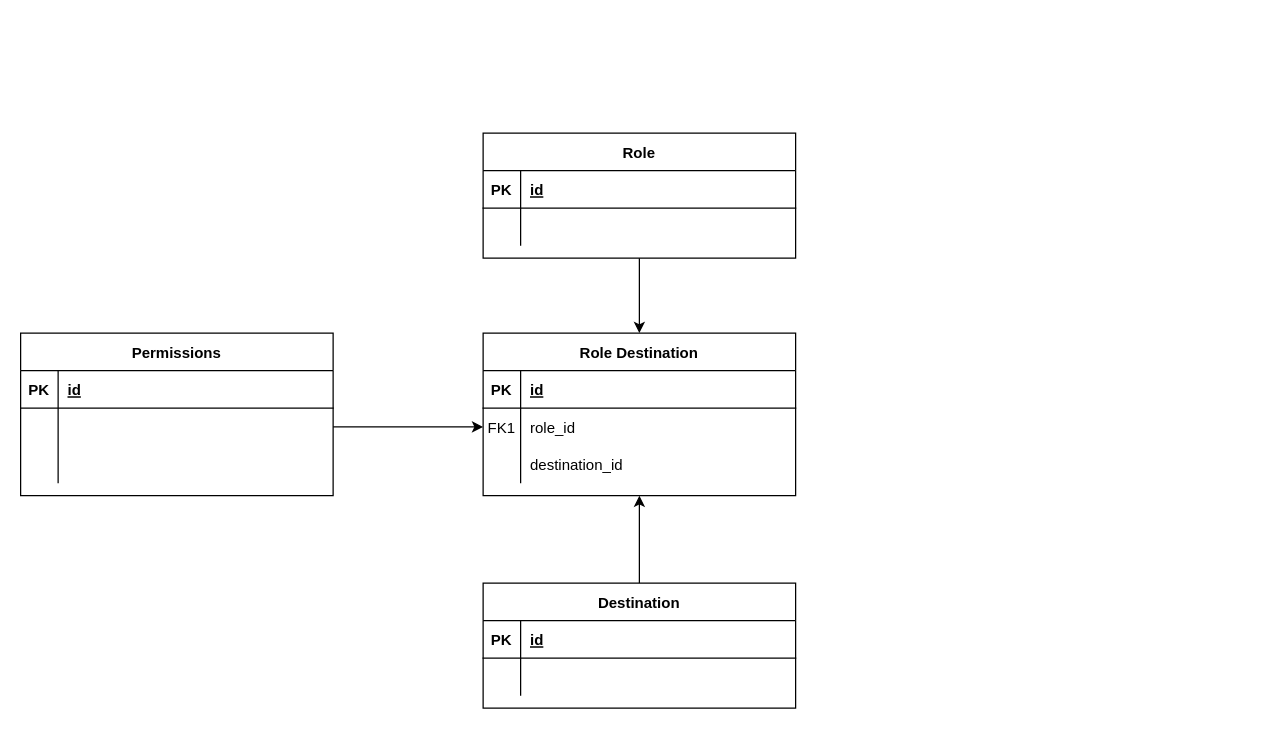
The draw.io diagram Untitled Diagram.drawio in chowkenneth/misc, before the edit. Source tidied: cells renumbered, new cells numbered last; positions are measured from the earlier drawing's top-left corner, leaving out a move shared by most shapes. Both pictures are drawn from the tidied source at 125%, with x=0, y=0 at pixel (20, 132).
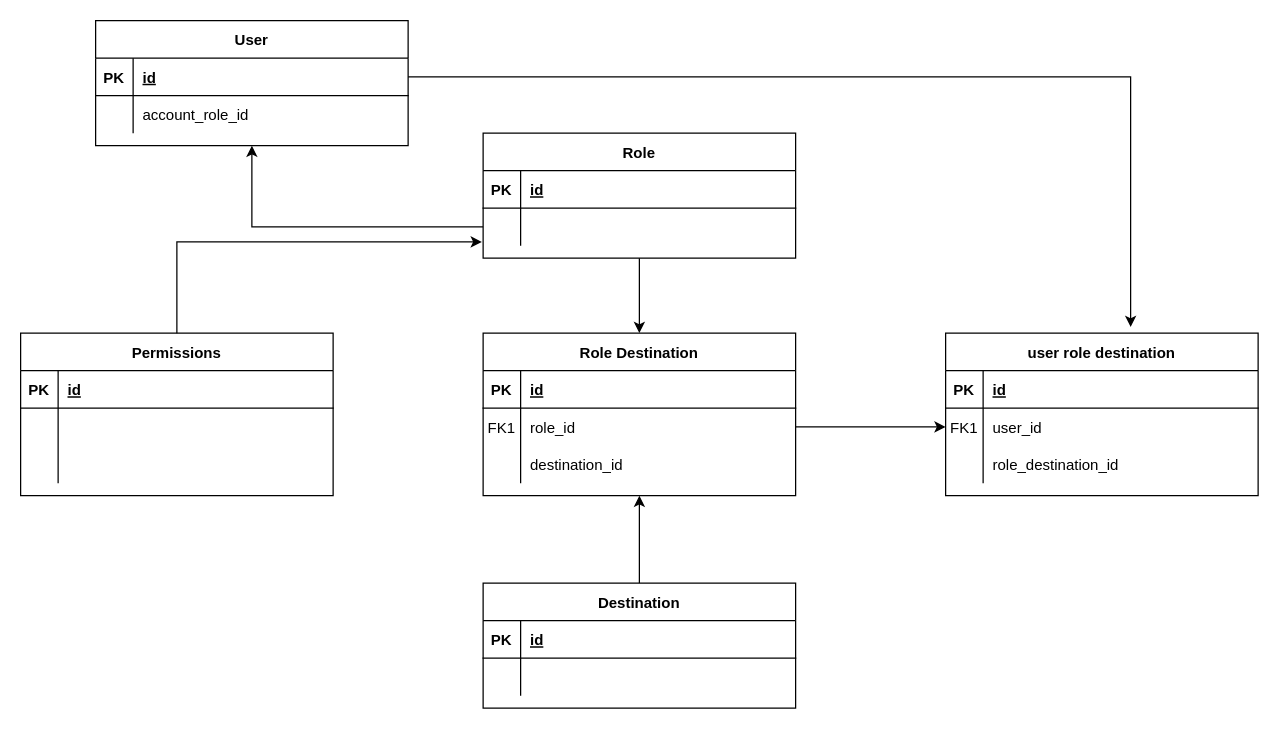
After the change.

The change refers to these unchanged cells:
```xml
<mxCell id="7" style="shape=partialRectangle;fillColor=none;points=[[0,0.5],[1,0.5]];portConstraint=eastwest;top=0;left=0;right=0;bottom=0;" parent="3" vertex="1">
  <mxGeometry y="60" width="250" height="30" as="geometry" />
</mxCell>
<mxCell id="22" style="shape=partialRectangle;fillColor=none;points=[[0,0.5],[1,0.5]];portConstraint=eastwest;top=0;left=0;right=0;bottom=0;" parent="18" vertex="1">
  <mxGeometry y="60" width="250" height="30" as="geometry" />
</mxCell>
<mxCell id="28" value="Permissions" style="shape=table;startSize=30;childLayout=tableLayout;rowLines=0;fontStyle=1;align=center;" parent="1" vertex="1">
  <mxGeometry y="160" width="250" height="130" as="geometry" />
</mxCell>
<mxCell id="32" style="shape=partialRectangle;fillColor=none;points=[[0,0.5],[1,0.5]];portConstraint=eastwest;top=0;left=0;right=0;bottom=0;" parent="28" vertex="1">
  <mxGeometry y="60" width="250" height="30" as="geometry" />
</mxCell>
```

Diff of the diagram source:
```diff
@@
-    <mxCell id="38" style="edgeStyle=orthogonalEdgeStyle;rounded=0;jettySize=auto;html=1;entryX=0;entryY=0.5;entryDx=0;entryDy=0;" parent="1" edge="1" source="32" target="22">
-      <mxGeometry relative="1" as="geometry" />
-    </mxCell>
+    <mxCell id="39" value="User" style="shape=table;startSize=30;childLayout=tableLayout;rowLines=0;fontStyle=1;align=center;" parent="1" vertex="1">
+      <mxGeometry x="60" y="-90" width="250" height="100" as="geometry" />
+    </mxCell>
+    <mxCell id="40" style="shape=partialRectangle;fillColor=none;points=[[0,0.5],[1,0.5]];portConstraint=eastwest;top=0;left=0;right=0;bottom=1;" parent="39" vertex="1">
+      <mxGeometry y="30" width="250" height="30" as="geometry" />
+    </mxCell>
+    <mxCell id="41" value="PK" style="shape=partialRectangle;overflow=hidden;fillColor=none;top=0;left=0;bottom=0;right=0;fontStyle=1;" parent="40" vertex="1">
+      <mxGeometry width="30" height="30" as="geometry" />
+    </mxCell>
+    <mxCell id="42" value="id" style="shape=partialRectangle;overflow=hidden;fillColor=none;top=0;left=0;bottom=0;right=0;align=left;spacingLeft=6;fontStyle=5;" parent="40" vertex="1">
+      <mxGeometry x="30" width="220" height="30" as="geometry" />
+    </mxCell>
+    <mxCell id="43" style="shape=partialRectangle;fillColor=none;top=0;left=0;right=0;bottom=0;" parent="39" vertex="1">
+      <mxGeometry y="60" width="250" height="30" as="geometry" />
+    </mxCell>
+    <mxCell id="44" style="shape=partialRectangle;overflow=hidden;fillColor=none;top=0;left=0;bottom=0;right=0;" parent="43" vertex="1">
+      <mxGeometry width="30" height="30" as="geometry" />
+    </mxCell>
+    <mxCell id="45" value="account_role_id" style="shape=partialRectangle;overflow=hidden;fillColor=none;top=0;left=0;bottom=0;right=0;align=left;spacingLeft=6;" parent="43" vertex="1">
+      <mxGeometry x="30" width="220" height="30" as="geometry" />
+    </mxCell>
+    <mxCell id="46" style="edgeStyle=orthogonalEdgeStyle;rounded=0;jettySize=auto;html=1;entryX=0.5;entryY=1;entryDx=0;entryDy=0;" parent="1" edge="1" source="7" target="39">
+      <mxGeometry relative="1" as="geometry" />
+    </mxCell>
+    <mxCell id="47" style="edgeStyle=orthogonalEdgeStyle;rounded=0;jettySize=auto;html=1;entryX=0.592;entryY=-0.038;entryDx=0;entryDy=0;entryPerimeter=0;" parent="1" edge="1" source="40" target="48">
+      <mxGeometry relative="1" as="geometry" />
+    </mxCell>
+    <mxCell id="48" value="user role destination" style="shape=table;startSize=30;childLayout=tableLayout;rowLines=0;fontStyle=1;align=center;" parent="1" vertex="1">
+      <mxGeometry x="740" y="160" width="250" height="130" as="geometry" />
+    </mxCell>
+    <mxCell id="49" style="shape=partialRectangle;fillColor=none;top=0;left=0;right=0;bottom=1;" parent="48" vertex="1">
+      <mxGeometry y="30" width="250" height="30" as="geometry" />
+    </mxCell>
+    <mxCell id="50" value="PK" style="shape=partialRectangle;overflow=hidden;fillColor=none;top=0;left=0;bottom=0;right=0;fontStyle=1;" parent="49" vertex="1">
+      <mxGeometry width="30" height="30" as="geometry" />
+    </mxCell>
+    <mxCell id="51" value="id" style="shape=partialRectangle;overflow=hidden;fillColor=none;top=0;left=0;bottom=0;right=0;align=left;spacingLeft=6;fontStyle=5;" parent="49" vertex="1">
+      <mxGeometry x="30" width="220" height="30" as="geometry" />
+    </mxCell>
+    <mxCell id="52" style="shape=partialRectangle;fillColor=none;points=[[0,0.5],[1,0.5]];portConstraint=eastwest;top=0;left=0;right=0;bottom=0;" parent="48" vertex="1">
+      <mxGeometry y="60" width="250" height="30" as="geometry" />
+    </mxCell>
+    <mxCell id="53" value="FK1" style="shape=partialRectangle;overflow=hidden;fillColor=none;top=0;left=0;bottom=0;right=0;" parent="52" vertex="1">
+      <mxGeometry width="30" height="30" as="geometry" />
+    </mxCell>
+    <mxCell id="54" value="user_id" style="shape=partialRectangle;overflow=hidden;fillColor=none;top=0;left=0;bottom=0;right=0;align=left;spacingLeft=6;" parent="52" vertex="1">
+      <mxGeometry x="30" width="220" height="30" as="geometry" />
+    </mxCell>
+    <mxCell id="55" style="shape=partialRectangle;fillColor=none;top=0;left=0;right=0;bottom=0;" parent="48" vertex="1">
+      <mxGeometry y="90" width="250" height="30" as="geometry" />
+    </mxCell>
+    <mxCell id="56" style="shape=partialRectangle;overflow=hidden;fillColor=none;top=0;left=0;bottom=0;right=0;" parent="55" vertex="1">
+      <mxGeometry width="30" height="30" as="geometry" />
+    </mxCell>
+    <mxCell id="57" value="role_destination_id" style="shape=partialRectangle;overflow=hidden;fillColor=none;top=0;left=0;bottom=0;right=0;align=left;spacingLeft=6;" parent="55" vertex="1">
+      <mxGeometry x="30" width="220" height="30" as="geometry" />
+    </mxCell>
+    <mxCell id="58" style="edgeStyle=orthogonalEdgeStyle;rounded=0;jettySize=auto;html=1;exitX=1;exitY=0.5;exitDx=0;exitDy=0;entryX=0;entryY=0.5;entryDx=0;entryDy=0;" parent="1" edge="1" source="22" target="52">
+      <mxGeometry relative="1" as="geometry" />
+    </mxCell>
+    <mxCell id="59" style="edgeStyle=orthogonalEdgeStyle;rounded=0;jettySize=auto;html=1;entryX=-0.004;entryY=0.9;entryDx=0;entryDy=0;entryPerimeter=0;" parent="1" edge="1" source="28" target="7">
+      <mxGeometry relative="1" as="geometry" />
+    </mxCell>
```
